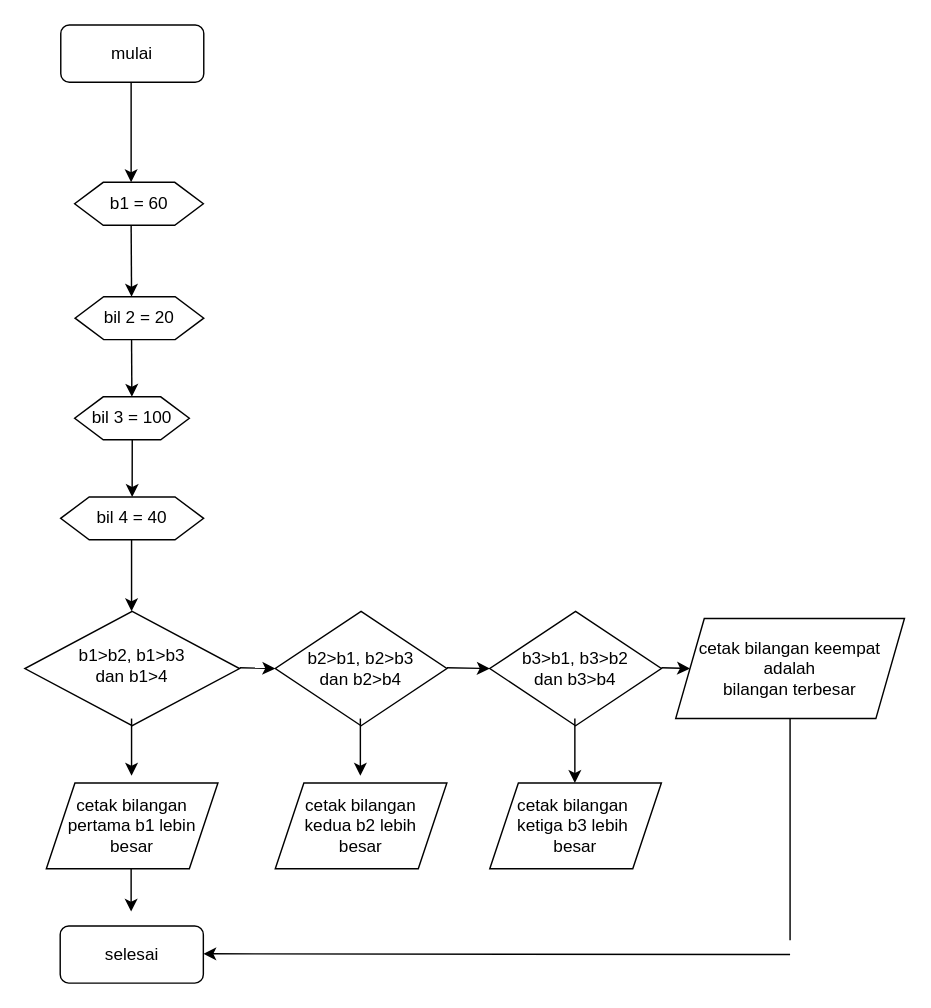
Earlier version of the draw.io diagram flowchart.drawio (sitisuk/Tugas-logika-algoritma). Source tidied: cells renumbered, new cells numbered last; positions are measured from the earlier drawing's top-left corner, leaving out a move shared by most shapes. Both pictures are drawn from the tidied source at 143%, with x=0, y=0 at pixel (24, 24).
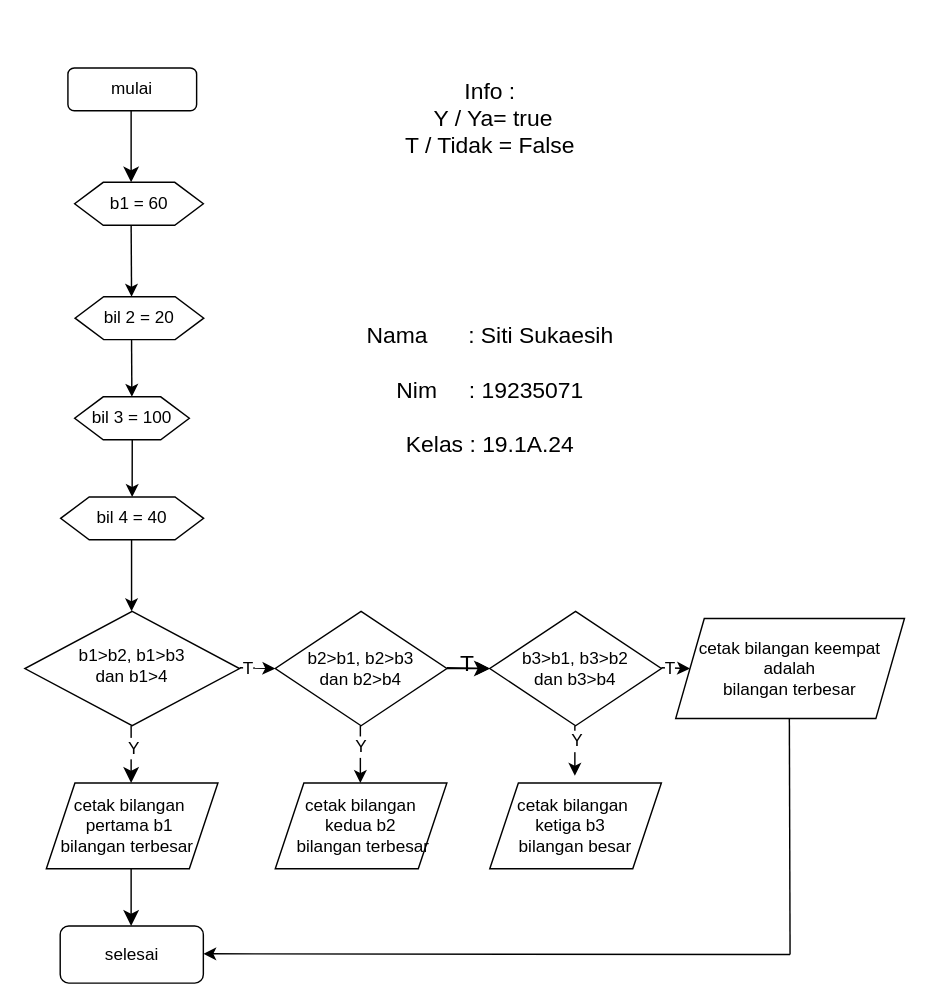
The same diagram, later.

The change refers to these unchanged cells:
```xml
<mxCell id="12" style="endArrow=classic;html=1;rounded=0;" parent="1" edge="1">
  <mxGeometry relative="1" as="geometry">
    <mxPoint x="150.1" y="449.5" as="sourcePoint" />
    <mxPoint x="175" y="450" as="targetPoint" />
  </mxGeometry>
</mxCell>
<mxCell id="13" value="b2&amp;gt;b1, b2&amp;gt;b3&lt;div&gt;dan b2&amp;gt;b4&lt;/div&gt;" style="rhombus;whiteSpace=wrap;html=1;" parent="1" vertex="1">
  <mxGeometry x="175" y="410" width="120" height="80" as="geometry" />
</mxCell>
<mxCell id="15" value="b3&amp;gt;b1, b3&amp;gt;b2&lt;div&gt;dan b3&amp;gt;b4&lt;/div&gt;" style="rhombus;whiteSpace=wrap;html=1;" parent="1" vertex="1">
  <mxGeometry x="325" y="410" width="120" height="80" as="geometry" />
</mxCell>
<mxCell id="16" style="endArrow=classic;html=1;rounded=0;" parent="1" edge="1">
  <mxGeometry relative="1" as="geometry">
    <mxPoint x="445" y="449.5" as="sourcePoint" />
    <mxPoint x="465" y="450" as="targetPoint" />
  </mxGeometry>
</mxCell>
<mxCell id="17" value="cetak bilangan keempat adalah&lt;div&gt;bilangan terbesar&lt;/div&gt;" style="shape=parallelogram;perimeter=parallelogramPerimeter;whiteSpace=wrap;html=1;fixedSize=1;" parent="1" vertex="1">
  <mxGeometry x="455" y="415" width="160" height="70" as="geometry" />
</mxCell>
```

What changed in the source:
```diff
@@
     <mxCell id="3" value="mulai" style="rounded=1;whiteSpace=wrap;html=1;" parent="1" vertex="1">
-      <mxGeometry x="25" width="100" height="40" as="geometry" />
+      <mxGeometry x="30" y="30" width="90" height="30" as="geometry" />
     </mxCell>
@@
+    <mxCell id="29" value="T" style="edgeLabel;html=1;align=center;verticalAlign=middle;fontSize=12;" parent="12" vertex="1">
+      <mxGeometry x="-0.6" relative="1" as="geometry" />
+    </mxCell>
+    <mxCell id="30" style="edgeStyle=none;curved=1;rounded=0;jettySize=auto;html=1;fontSize=12;startSize=8;endSize=8;" parent="1" edge="1" source="13" target="15">
+      <mxGeometry relative="1" as="geometry" />
+    </mxCell>
@@
+    <mxCell id="31" value="T" style="edgeLabel;html=1;align=center;verticalAlign=middle;fontSize=12;" parent="16" vertex="1">
+      <mxGeometry x="-0.4" relative="1" as="geometry" />
+    </mxCell>
@@
-    <mxCell id="18" style="endArrow=classic;html=1;rounded=0;" parent="1" edge="1">
-      <mxGeometry relative="1" as="geometry">
-        <mxPoint x="74.5" y="485" as="sourcePoint" />
-        <mxPoint x="74.5" y="525" as="targetPoint" />
-      </mxGeometry>
-    </mxCell>
-    <mxCell id="19" value="cetak bilangan&lt;div&gt;pertama b1 lebin&lt;/div&gt;&lt;div&gt;besar&lt;/div&gt;" style="shape=parallelogram;perimeter=parallelogramPerimeter;whiteSpace=wrap;html=1;fixedSize=1;" parent="1" vertex="1">
+    <mxCell id="19" value="cetak bilangan&amp;nbsp;&lt;div&gt;pertama b1&amp;nbsp;&lt;/div&gt;&lt;div&gt;bilangan terbesar&amp;nbsp;&amp;nbsp;&lt;/div&gt;" style="shape=parallelogram;perimeter=parallelogramPerimeter;whiteSpace=wrap;html=1;fixedSize=1;" parent="1" vertex="1">
       <mxGeometry x="14.9" y="530" width="120" height="60" as="geometry" />
     </mxCell>
     <mxCell id="20" style="endArrow=classic;html=1;rounded=0;" parent="1" edge="1">
       <mxGeometry relative="1" as="geometry">
-        <mxPoint x="234.5" y="485" as="sourcePoint" />
-        <mxPoint x="234.5" y="525" as="targetPoint" />
+        <mxPoint x="234.5" y="490" as="sourcePoint" />
+        <mxPoint x="234.5" y="530" as="targetPoint" />
       </mxGeometry>
     </mxCell>
+    <mxCell id="32" value="Y" style="edgeLabel;html=1;align=center;verticalAlign=middle;fontSize=12;" parent="20" vertex="1">
+      <mxGeometry x="-0.3" relative="1" as="geometry" />
+    </mxCell>
-    <mxCell id="21" value="cetak bilangan&lt;div&gt;kedua b2 lebih&lt;/div&gt;&lt;div&gt;besar&lt;/div&gt;" style="shape=parallelogram;perimeter=parallelogramPerimeter;whiteSpace=wrap;html=1;fixedSize=1;" parent="1" vertex="1">
+    <mxCell id="21" value="cetak bilangan&lt;div&gt;kedua b2&lt;/div&gt;&lt;div&gt;&amp;nbsp;bilangan&amp;nbsp;&lt;span style=&quot;background-color: initial;&quot;&gt;terbesar&lt;/span&gt;&lt;/div&gt;" style="shape=parallelogram;perimeter=parallelogramPerimeter;whiteSpace=wrap;html=1;fixedSize=1;" parent="1" vertex="1">
       <mxGeometry x="175" y="530" width="120" height="60" as="geometry" />
     </mxCell>
     <mxCell id="22" style="endArrow=classic;html=1;rounded=0;" parent="1" edge="1">
       <mxGeometry relative="1" as="geometry">
-        <mxPoint x="384.5" y="485" as="sourcePoint" />
-        <mxPoint x="384.5" y="530" as="targetPoint" />
+        <mxPoint x="384.5" y="490" as="sourcePoint" />
+        <mxPoint x="384.5" y="525" as="targetPoint" />
       </mxGeometry>
     </mxCell>
+    <mxCell id="33" value="Y" style="edgeLabel;html=1;align=center;verticalAlign=middle;fontSize=12;" parent="22" vertex="1">
+      <mxGeometry x="-0.43" y="1" relative="1" as="geometry" />
+    </mxCell>
-    <mxCell id="23" value="cetak bilangan&amp;nbsp;&lt;div&gt;ketiga b3 lebih&amp;nbsp;&lt;/div&gt;&lt;div&gt;besar&lt;/div&gt;" style="shape=parallelogram;perimeter=parallelogramPerimeter;whiteSpace=wrap;html=1;fixedSize=1;" parent="1" vertex="1">
+    <mxCell id="23" value="cetak bilangan&amp;nbsp;&lt;div&gt;ketiga b3&amp;nbsp;&amp;nbsp;&lt;/div&gt;&lt;div&gt;bilangan besar&lt;/div&gt;" style="shape=parallelogram;perimeter=parallelogramPerimeter;whiteSpace=wrap;html=1;fixedSize=1;" parent="1" vertex="1">
       <mxGeometry x="325" y="530" width="120" height="60" as="geometry" />
     </mxCell>
@@
-    <mxCell id="25" style="endArrow=classic;html=1;rounded=0;" parent="1" edge="1">
-      <mxGeometry relative="1" as="geometry">
-        <mxPoint x="74.2" y="590" as="sourcePoint" />
-        <mxPoint x="74.2" y="620" as="targetPoint" />
-      </mxGeometry>
-    </mxCell>
@@
-    <mxCell id="27" style="endArrow=none;html=1;rounded=0;entryX=0.5;entryY=1;entryDx=0;entryDy=0;" parent="1" edge="1" target="17">
-      <mxGeometry relative="1" as="geometry">
-        <mxPoint x="535" y="640" as="sourcePoint" />
-        <Array as="points">
-          <mxPoint x="535" y="640" />
-        </Array>
-      </mxGeometry>
-    </mxCell>
-    <mxCell id="28" style="endArrow=classic;html=1;rounded=0;" parent="1" edge="1">
-      <mxGeometry relative="1" as="geometry">
-        <mxPoint x="74.2" y="40" as="sourcePoint" />
-        <mxPoint x="74.2" y="110" as="targetPoint" />
-      </mxGeometry>
-    </mxCell>
+    <mxCell id="34" style="endArrow=classic;html=1;rounded=0;fontSize=12;startSize=8;endSize=8;curved=1;" parent="1" edge="1">
+      <mxGeometry relative="1" as="geometry">
+        <mxPoint x="74.2" y="590" as="sourcePoint" />
+        <mxPoint x="74.2" y="630" as="targetPoint" />
+      </mxGeometry>
+    </mxCell>
+    <mxCell id="35" style="endArrow=none;html=1;rounded=0;fontSize=12;startSize=8;endSize=8;curved=1;" parent="1" edge="1">
+      <mxGeometry relative="1" as="geometry">
+        <mxPoint x="534.5" y="485" as="sourcePoint" />
+        <mxPoint x="535" y="650" as="targetPoint" />
+      </mxGeometry>
+    </mxCell>
+    <mxCell id="36" style="endArrow=classic;html=1;rounded=0;fontSize=12;startSize=8;endSize=8;curved=1;" parent="1" edge="1">
+      <mxGeometry relative="1" as="geometry">
+        <mxPoint x="74.2" y="490" as="sourcePoint" />
+        <mxPoint x="74.2" y="530" as="targetPoint" />
+      </mxGeometry>
+    </mxCell>
+    <mxCell id="37" value="Y" style="edgeLabel;html=1;align=center;verticalAlign=middle;fontSize=12;" parent="36" vertex="1">
+      <mxGeometry x="-0.25" y="1" relative="1" as="geometry" />
+    </mxCell>
+    <mxCell id="38" value="T" style="text;html=1;align=center;verticalAlign=middle;strokeColor=none;fillColor=none;fontSize=16;" parent="1" vertex="1">
+      <mxGeometry x="294" y="431" width="30" height="30" as="geometry" />
+    </mxCell>
+    <mxCell id="39" style="endArrow=classic;html=1;rounded=0;fontSize=12;startSize=8;endSize=8;curved=1;" parent="1" edge="1">
+      <mxGeometry relative="1" as="geometry">
+        <mxPoint x="74.2" y="60" as="sourcePoint" />
+        <mxPoint x="74.2" y="110" as="targetPoint" />
+      </mxGeometry>
+    </mxCell>
+    <mxCell id="40" value="Nama &lt;span style=&quot;white-space: pre;&quot;&gt;&#9;&lt;/span&gt;: Siti Sukaesih&lt;div&gt;&lt;br&gt;&lt;div&gt;Nim&amp;nbsp; &amp;nbsp; &amp;nbsp;: 19235071&lt;/div&gt;&lt;div&gt;&lt;br&gt;&lt;/div&gt;&lt;div&gt;Kelas : 19.1A.24&lt;/div&gt;&lt;/div&gt;" style="text;html=1;align=center;verticalAlign=middle;strokeColor=none;fillColor=none;fontSize=16;" parent="1" vertex="1">
+      <mxGeometry x="225" y="200" width="200" height="110" as="geometry" />
+    </mxCell>
+    <mxCell id="41" value="Info :&lt;div&gt;&lt;div&gt;&amp;nbsp;Y / Ya= true&lt;div&gt;T / Tidak = False&lt;/div&gt;&lt;/div&gt;&lt;/div&gt;" style="text;html=1;align=center;verticalAlign=middle;strokeColor=none;fillColor=none;fontSize=16;" parent="1" vertex="1">
+      <mxGeometry x="255" y="30" width="140" height="70" as="geometry" />
+    </mxCell>
```
